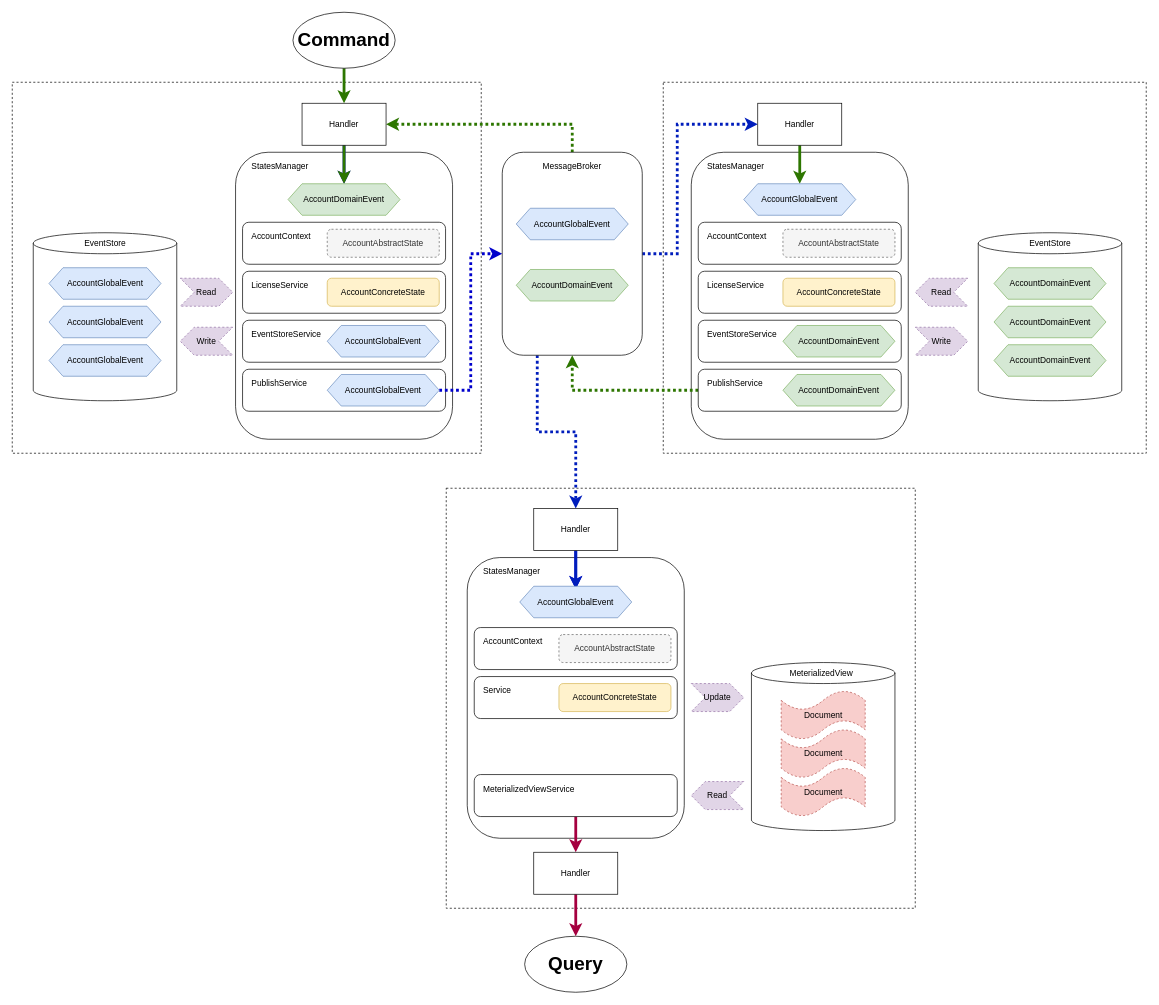
The draw.io diagram Untitled Diagram.drawio in avshiliaev/unicorn-bank-example-app, before the edit. Source tidied: cells renumbered, new cells numbered last; positions are measured from the earlier drawing's top-left corner, leaving out a move shared by most shapes. Both pictures are drawn from the tidied source at 70%, with x=0, y=0 at pixel (12, 12).
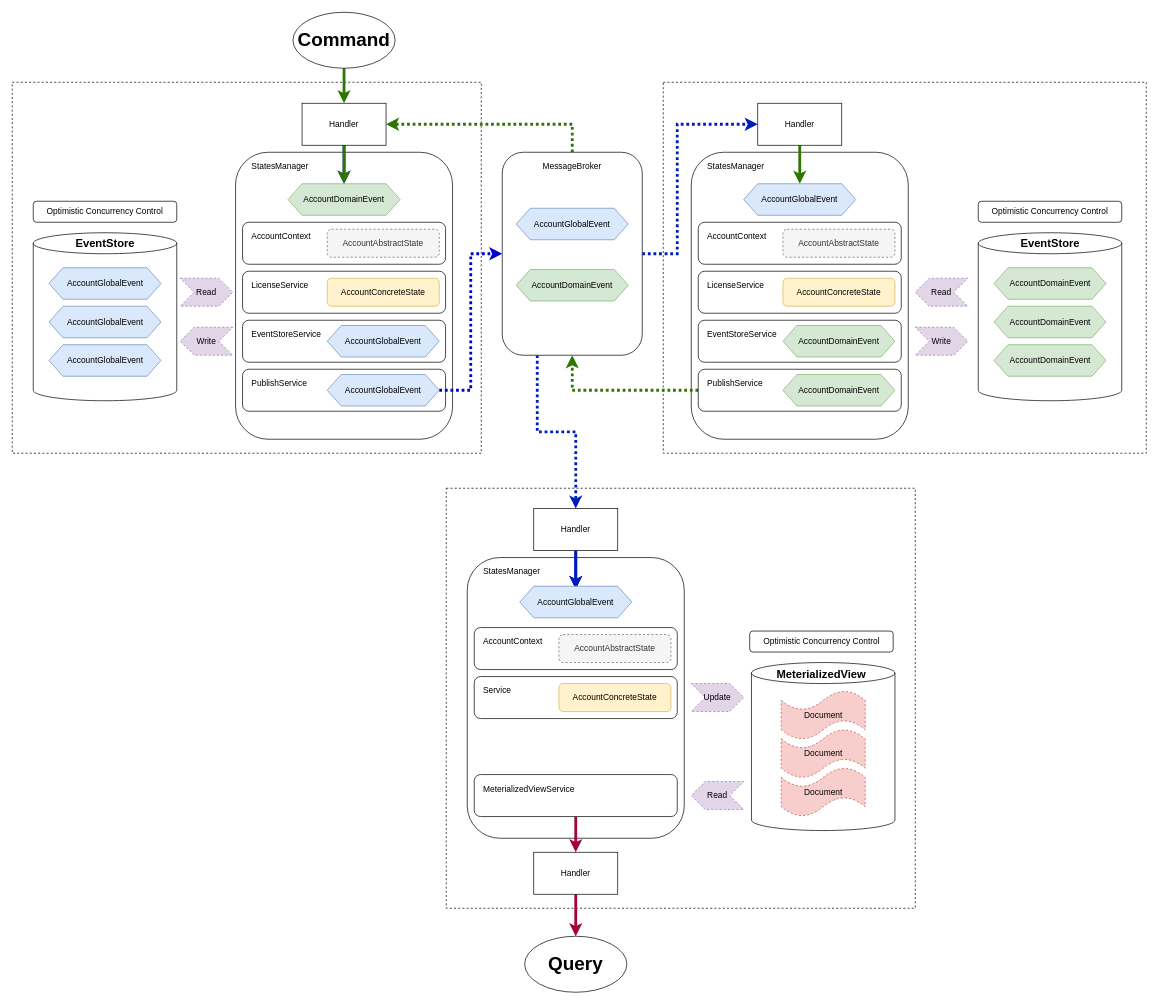
The same page after the edit.

What changed in the source:
```diff
@@
-    <mxCell id="47" value="EventStore" style="text;html=1;strokeColor=none;fillColor=none;align=center;verticalAlign=middle;whiteSpace=wrap;rounded=0;" parent="1" vertex="1">
+    <mxCell id="47" value="EventStore" style="text;html=1;strokeColor=none;fillColor=none;align=center;verticalAlign=middle;whiteSpace=wrap;rounded=0;fontSize=16;fontStyle=1;" parent="1" vertex="1">
       <mxGeometry x="82.5" y="320" width="100" height="20" as="geometry" />
     </mxCell>
-    <mxCell id="48" value="EventStore" style="text;html=1;strokeColor=none;fillColor=none;align=center;verticalAlign=middle;whiteSpace=wrap;rounded=0;" parent="1" vertex="1">
+    <mxCell id="48" value="EventStore" style="text;html=1;strokeColor=none;fillColor=none;align=center;verticalAlign=middle;whiteSpace=wrap;rounded=0;fontSize=16;fontStyle=1;" parent="1" vertex="1">
       <mxGeometry x="1432.5" y="320" width="100" height="20" as="geometry" />
     </mxCell>
@@
-    <mxCell id="51" value="MeterializedView" style="text;html=1;strokeColor=none;fillColor=none;align=center;verticalAlign=middle;whiteSpace=wrap;rounded=0;" parent="1" vertex="1">
-      <mxGeometry x="1106" y="934" width="100" height="20" as="geometry" />
+    <mxCell id="51" value="&lt;font style=&quot;font-size: 16px;&quot;&gt;&lt;b style=&quot;font-size: 16px;&quot;&gt;MeterializedView&lt;/b&gt;&lt;/font&gt;" style="text;html=1;strokeColor=none;fillColor=none;align=center;verticalAlign=middle;whiteSpace=wrap;rounded=0;fontSize=16;" parent="1" vertex="1">
+      <mxGeometry x="1069" y="935" width="174" height="20" as="geometry" />
     </mxCell>
@@
+    <mxCell id="90" value="Optimistic Concurrency Control" style="rounded=1;whiteSpace=wrap;html=1;sketch=0;" parent="1" vertex="1">
+      <mxGeometry x="30" y="270" width="205" height="30" as="geometry" />
+    </mxCell>
+    <mxCell id="91" value="Optimistic Concurrency Control" style="rounded=1;whiteSpace=wrap;html=1;sketch=0;" parent="1" vertex="1">
+      <mxGeometry x="1380" y="270" width="205" height="30" as="geometry" />
+    </mxCell>
+    <mxCell id="92" value="Optimistic Concurrency Control" style="rounded=1;whiteSpace=wrap;html=1;sketch=0;" parent="1" vertex="1">
+      <mxGeometry x="1053.5" y="884" width="205" height="30" as="geometry" />
+    </mxCell>
```
